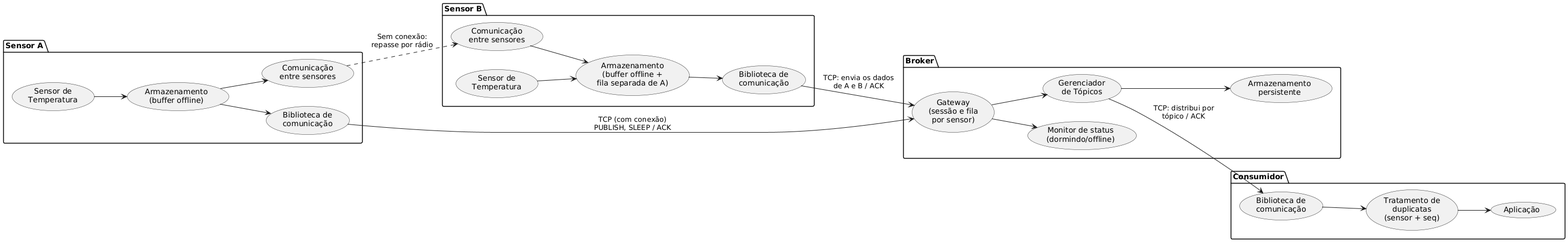
The PlantUML diagram arquitetura_componentes_v2.png in JoaoPedro-MAAR/Maktuf, before a commit.
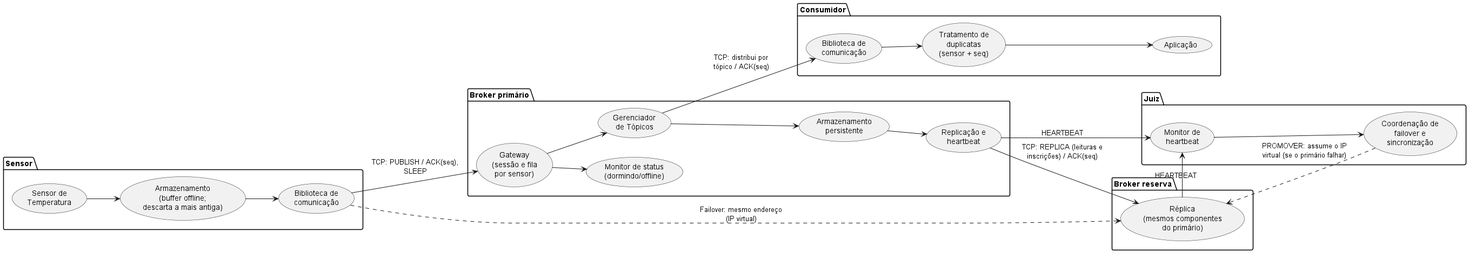
Later version of the same file.

Diff of the diagram source:
```diff
@@ -2,37 +2,37 @@
 skinparam componentStyle uml2
 left to right direction
 
-package "Sensor A" {
-    usecase "Comunicação\nentre sensores" as CommA
+package "Sensor" {
     usecase "Sensor de\nTemperatura" as TempA
-    usecase "Armazenamento\n(buffer offline)" as StorageA
+    usecase "Armazenamento\n(buffer offline;\ndescarta a mais antiga)" as StorageA
     usecase "Biblioteca de\ncomunicação" as LibA
 
     TempA --> StorageA
     StorageA --> LibA
-    StorageA --> CommA
 }
 
-package "Sensor B" {
-    usecase "Comunicação\nentre sensores" as CommB
-    usecase "Sensor de\nTemperatura" as TempB
-    usecase "Armazenamento\n(buffer offline +\nfila separada de A)" as StorageB
-    usecase "Biblioteca de\ncomunicação" as LibB
-
-    TempB --> StorageB
-    CommB --> StorageB
-    StorageB --> LibB
-}
-
-package "Broker" {
+package "Broker primário" {
     usecase "Gateway\n(sessão e fila\npor sensor)" as Gateway
     usecase "Monitor de status\n(dormindo/offline)" as Monitor
     usecase "Gerenciador\nde Tópicos" as Gerenciador
     usecase "Armazenamento\npersistente" as StorageBroker
+    usecase "Replicação e\nheartbeat" as Replicacao
 
     Gateway --> Monitor
     Gateway --> Gerenciador
     Gerenciador --> StorageBroker
+    StorageBroker --> Replicacao
+}
+
+package "Broker reserva" {
+    usecase "Réplica\n(mesmos componentes\ndo primário)" as Replica
+}
+
+package "Juiz" {
+    usecase "Monitor de\nheartbeat" as Heartbeat
+    usecase "Coordenação de\nfailover e\nsincronização" as Coordenacao
+
+    Heartbeat --> Coordenacao
 }
 
 package "Consumidor" {
@@ -44,9 +44,12 @@
     Tratamento --> App
 }
 
-LibA --> Gateway : TCP (com conexão)\nPUBLISH, SLEEP / ACK
-CommA ..> CommB : Sem conexão:\nrepasse por rádio
-LibB --> Gateway : TCP: envia os dados\nde A e B / ACK
-Gerenciador --> ClientConsumidor : TCP: distribui por\ntópico / ACK
+LibA --> Gateway : TCP: PUBLISH / ACK(seq),\nSLEEP
+Gerenciador --> ClientConsumidor : TCP: distribui por\ntópico / ACK(seq)
+Replicacao --> Replica : TCP: REPLICA (leituras e\ninscrições) / ACK(seq)
+Replicacao --> Heartbeat : HEARTBEAT
+Replica --> Heartbeat : HEARTBEAT
+Coordenacao ..> Replica : PROMOVER: assume o IP\nvirtual (se o primário falhar)
+LibA ..> Replica : Failover: mesmo endereço\n(IP virtual)
 
 @enduml
```
